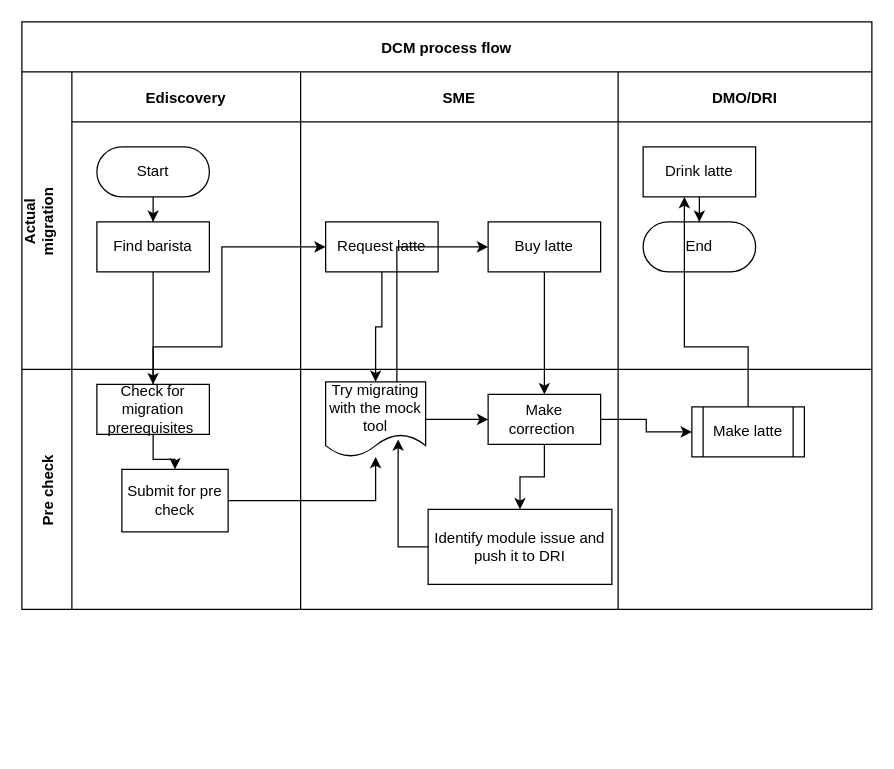
Before: DCM flow.drawio in vincha90/vincha90, a draw.io diagram. Source tidied: cells renumbered, new cells numbered last; positions are measured from the earlier drawing's top-left corner, leaving out a move shared by most shapes. Both pictures are drawn from the tidied source at 125%, with x=0, y=0 at pixel (21, 21).
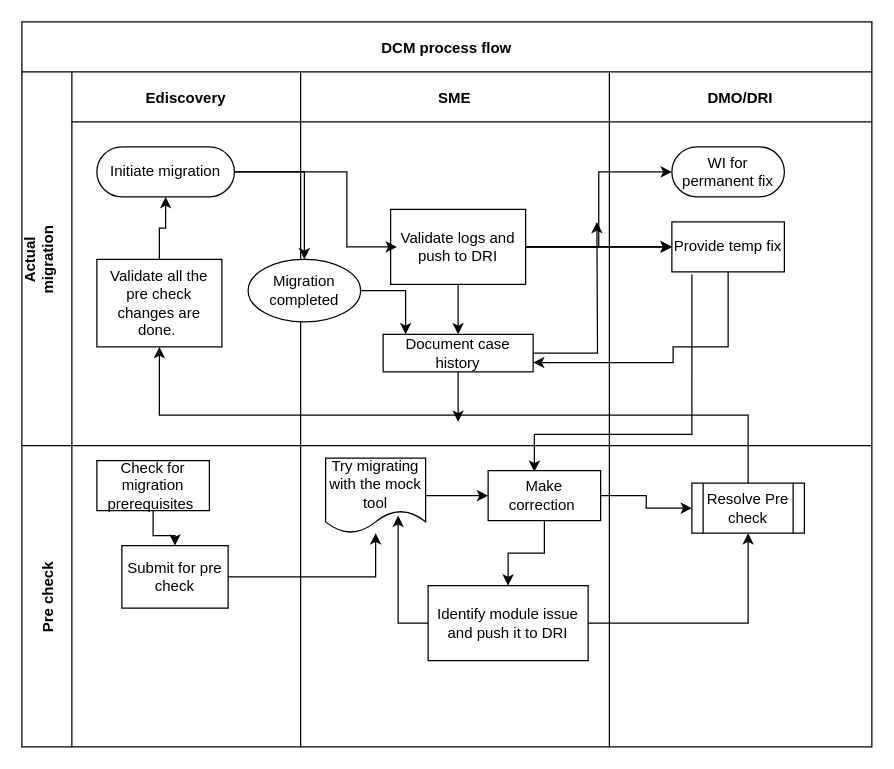
Above is the later version.

Unchanged cells that the change refers to:
```xml
<mxCell id="24" value="Check for migration prerequisites&amp;nbsp;" style="rounded=0;whiteSpace=wrap;html=1;" parent="22" vertex="1">
  <mxGeometry x="20" y="12" width="90" height="40" as="geometry" />
</mxCell>
<mxCell id="29" value="Make correction&amp;nbsp;" style="rounded=0;whiteSpace=wrap;html=1;" parent="26" vertex="1">
  <mxGeometry x="150" y="20" width="90" height="40" as="geometry" />
</mxCell>
<mxCell id="31" value="Try migrating with the mock tool" style="shape=document;whiteSpace=wrap;html=1;boundedLbl=1;" parent="26" vertex="1">
  <mxGeometry x="20" y="10" width="80" height="60" as="geometry" />
</mxCell>
```

Change to the diagram source:
```diff
@@
     <mxCell id="2" value="DCM process flow" style="shape=table;childLayout=tableLayout;startSize=40;fillColor=none;fontStyle=1;" parent="1" vertex="1">
-      <mxGeometry width="680" height="470" as="geometry" />
+      <mxGeometry width="680" height="580" as="geometry" />
     </mxCell>
-    <mxCell id="3" style="edgeStyle=orthogonalEdgeStyle;rounded=0;jettySize=auto;html=1;" parent="2" edge="1" source="8" target="24">
-      <mxGeometry relative="1" as="geometry" />
-    </mxCell>
     <mxCell id="4" value="Actual &#10;migration&#10;" style="shape=tableRow;horizontal=0;swimlaneHead=0;swimlaneBody=0;top=0;left=0;bottom=0;right=0;fillColor=none;startSize=40;fontStyle=1;" parent="2" vertex="1">
-      <mxGeometry y="40" width="680" height="238" as="geometry" />
+      <mxGeometry y="40" width="680" height="299" as="geometry" />
     </mxCell>
     <mxCell id="5" value="Ediscovery" style="swimlane;swimlaneHead=0;swimlaneBody=0;fillColor=none;startSize=40;fontStyle=1;" parent="4" vertex="1">
-      <mxGeometry x="40" width="183" height="238" as="geometry" />
+      <mxGeometry x="40" width="183" height="299" as="geometry" />
     </mxCell>
-    <mxCell id="6" style="edgeStyle=orthogonalEdgeStyle;rounded=0;jettySize=auto;html=1;" parent="5" edge="1" source="7" target="8">
-      <mxGeometry relative="1" as="geometry" />
-    </mxCell>
+    <mxCell id="37" style="edgeStyle=orthogonalEdgeStyle;rounded=0;jettySize=auto;html=1;" parent="5" edge="1" source="7" target="39">
+      <mxGeometry relative="1" as="geometry" />
+    </mxCell>
-    <mxCell id="7" value="Start" style="rounded=1;whiteSpace=wrap;html=1;arcSize=50;" parent="5" vertex="1">
-      <mxGeometry x="20" y="60" width="90" height="40" as="geometry" />
+    <mxCell id="7" value="Initiate migration" style="rounded=1;whiteSpace=wrap;html=1;arcSize=50;" parent="5" vertex="1">
+      <mxGeometry x="20" y="60" width="110" height="40" as="geometry" />
     </mxCell>
+    <mxCell id="38" style="edgeStyle=orthogonalEdgeStyle;rounded=0;jettySize=auto;html=1;entryX=0.5;entryY=1;entryDx=0;entryDy=0;" parent="5" edge="1" source="8" target="7">
+      <mxGeometry relative="1" as="geometry" />
+    </mxCell>
-    <mxCell id="8" value="Find barista" style="rounded=0;whiteSpace=wrap;html=1;" parent="5" vertex="1">
-      <mxGeometry x="20" y="120" width="90" height="40" as="geometry" />
+    <mxCell id="8" value="Validate all the pre check changes are done.&amp;nbsp;" style="rounded=0;whiteSpace=wrap;html=1;" parent="5" vertex="1">
+      <mxGeometry x="20" y="150" width="100" height="70" as="geometry" />
     </mxCell>
+    <mxCell id="39" value="Migration completed" style="ellipse;whiteSpace=wrap;html=1;rounded=1;arcSize=50;" parent="5" vertex="1">
+      <mxGeometry x="141" y="150" width="90" height="50" as="geometry" />
+    </mxCell>
     <mxCell id="9" value="SME" style="swimlane;swimlaneHead=0;swimlaneBody=0;fillColor=none;startSize=40;fontStyle=1;" parent="4" vertex="1">
-      <mxGeometry x="223" width="254" height="238" as="geometry" />
+      <mxGeometry x="223" width="247" height="299" as="geometry" />
     </mxCell>
+    <mxCell id="40" style="edgeStyle=orthogonalEdgeStyle;rounded=0;jettySize=auto;html=1;" parent="9" edge="1" source="10" target="43">
+      <mxGeometry relative="1" as="geometry" />
+    </mxCell>
-    <mxCell id="10" value="Request latte" style="rounded=0;whiteSpace=wrap;html=1;" parent="9" vertex="1">
-      <mxGeometry x="20" y="120" width="90" height="40" as="geometry" />
+    <mxCell id="10" value="Validate logs and push to DRI" style="rounded=0;whiteSpace=wrap;html=1;" parent="9" vertex="1">
+      <mxGeometry x="72" y="110" width="108" height="60" as="geometry" />
     </mxCell>
-    <mxCell id="11" value="Buy latte" style="rounded=0;whiteSpace=wrap;html=1;" parent="9" vertex="1">
-      <mxGeometry x="150" y="120" width="90" height="40" as="geometry" />
-    </mxCell>
+    <mxCell id="41" style="edgeStyle=orthogonalEdgeStyle;rounded=0;jettySize=auto;html=1;" parent="9" edge="1" source="43">
+      <mxGeometry relative="1" as="geometry">
+        <mxPoint x="237" y="120" as="targetPoint" />
+      </mxGeometry>
+    </mxCell>
+    <mxCell id="42" style="edgeStyle=orthogonalEdgeStyle;rounded=0;jettySize=auto;html=1;" parent="9" edge="1" source="43">
+      <mxGeometry relative="1" as="geometry">
+        <mxPoint x="126" y="280" as="targetPoint" />
+      </mxGeometry>
+    </mxCell>
+    <mxCell id="43" value="Document case history" style="whiteSpace=wrap;html=1;rounded=0;" parent="9" vertex="1">
+      <mxGeometry x="66" y="210" width="120" height="30" as="geometry" />
+    </mxCell>
     <mxCell id="12" value="DMO/DRI" style="swimlane;swimlaneHead=0;swimlaneBody=0;fillColor=none;startSize=40;fontStyle=1;" parent="4" vertex="1">
-      <mxGeometry x="477" width="203" height="238" as="geometry" />
+      <mxGeometry x="470" width="210" height="299" as="geometry" />
     </mxCell>
-    <mxCell id="13" style="edgeStyle=orthogonalEdgeStyle;rounded=0;jettySize=auto;html=1;" parent="12" edge="1" source="14" target="15">
-      <mxGeometry relative="1" as="geometry" />
-    </mxCell>
-    <mxCell id="14" value="Drink latte" style="rounded=0;whiteSpace=wrap;html=1;" parent="12" vertex="1">
-      <mxGeometry x="20" y="60" width="90" height="40" as="geometry" />
+    <mxCell id="14" value="Provide temp fix" style="rounded=0;whiteSpace=wrap;html=1;" parent="12" vertex="1">
+      <mxGeometry x="50" y="120" width="90" height="40" as="geometry" />
     </mxCell>
-    <mxCell id="15" value="End" style="rounded=1;whiteSpace=wrap;html=1;arcSize=50;" parent="12" vertex="1">
-      <mxGeometry x="20" y="120" width="90" height="40" as="geometry" />
+    <mxCell id="15" value="WI for permanent fix" style="rounded=1;whiteSpace=wrap;html=1;arcSize=50;" parent="12" vertex="1">
+      <mxGeometry x="50" y="60" width="90" height="40" as="geometry" />
     </mxCell>
-    <mxCell id="16" style="edgeStyle=orthogonalEdgeStyle;rounded=0;jettySize=auto;html=1;" parent="2" edge="1" source="24" target="10">
-      <mxGeometry relative="1" as="geometry">
-        <Array as="points">
-          <mxPoint x="160" y="260" />
-          <mxPoint x="160" y="180" />
-        </Array>
-      </mxGeometry>
-    </mxCell>
-    <mxCell id="17" style="edgeStyle=orthogonalEdgeStyle;rounded=0;jettySize=auto;html=1;" parent="2" edge="1" source="10" target="31">
-      <mxGeometry relative="1" as="geometry" />
-    </mxCell>
-    <mxCell id="18" style="edgeStyle=orthogonalEdgeStyle;rounded=0;jettySize=auto;html=1;" parent="2" edge="1" source="31" target="11">
-      <mxGeometry relative="1" as="geometry">
-        <Array as="points">
-          <mxPoint x="300" y="260" />
-          <mxPoint x="300" y="180" />
-        </Array>
-      </mxGeometry>
-    </mxCell>
-    <mxCell id="19" style="edgeStyle=orthogonalEdgeStyle;rounded=0;jettySize=auto;html=1;" parent="2" edge="1" source="11" target="29">
-      <mxGeometry relative="1" as="geometry" />
-    </mxCell>
-    <mxCell id="20" style="edgeStyle=orthogonalEdgeStyle;rounded=0;jettySize=auto;html=1;" parent="2" edge="1" source="32" target="14">
-      <mxGeometry relative="1" as="geometry">
-        <Array as="points">
-          <mxPoint x="530" y="260" />
-          <mxPoint x="530" y="120" />
-        </Array>
-      </mxGeometry>
-    </mxCell>
+    <mxCell id="44" style="edgeStyle=orthogonalEdgeStyle;rounded=0;jettySize=auto;html=1;" parent="4" edge="1" source="7">
+      <mxGeometry relative="1" as="geometry">
+        <mxPoint x="300" y="140" as="targetPoint" />
+        <Array as="points">
+          <mxPoint x="260" y="80" />
+          <mxPoint x="260" y="140" />
+        </Array>
+      </mxGeometry>
+    </mxCell>
+    <mxCell id="45" style="edgeStyle=orthogonalEdgeStyle;rounded=0;jettySize=auto;html=1;" parent="4" edge="1" source="10" target="14">
+      <mxGeometry relative="1" as="geometry" />
+    </mxCell>
+    <mxCell id="46" style="edgeStyle=orthogonalEdgeStyle;rounded=0;jettySize=auto;html=1;" parent="4" edge="1" source="10" target="14">
+      <mxGeometry relative="1" as="geometry" />
+    </mxCell>
+    <mxCell id="47" style="edgeStyle=orthogonalEdgeStyle;rounded=0;jettySize=auto;html=1;" parent="4" edge="1" source="10" target="14">
+      <mxGeometry relative="1" as="geometry" />
+    </mxCell>
+    <mxCell id="48" style="edgeStyle=orthogonalEdgeStyle;rounded=0;jettySize=auto;html=1;entryX=0;entryY=0.5;entryDx=0;entryDy=0;" parent="4" edge="1" source="10" target="15">
+      <mxGeometry relative="1" as="geometry" />
+    </mxCell>
+    <mxCell id="49" style="edgeStyle=orthogonalEdgeStyle;rounded=0;jettySize=auto;html=1;entryX=0.15;entryY=0;entryDx=0;entryDy=0;entryPerimeter=0;" parent="4" edge="1" source="39" target="43">
+      <mxGeometry relative="1" as="geometry" />
+    </mxCell>
+    <mxCell id="50" style="edgeStyle=orthogonalEdgeStyle;rounded=0;jettySize=auto;html=1;entryX=1;entryY=0.75;entryDx=0;entryDy=0;" parent="4" edge="1" source="14" target="43">
+      <mxGeometry relative="1" as="geometry">
+        <Array as="points">
+          <mxPoint x="565" y="220" />
+          <mxPoint x="521" y="220" />
+          <mxPoint x="521" y="233" />
+        </Array>
+      </mxGeometry>
+    </mxCell>
     <mxCell id="21" value="Pre check" style="shape=tableRow;horizontal=0;swimlaneHead=0;swimlaneBody=0;top=0;left=0;bottom=0;right=0;fillColor=none;startSize=40;fontStyle=1;" parent="2" vertex="1">
-      <mxGeometry y="278" width="680" height="192" as="geometry" />
+      <mxGeometry y="339" width="680" height="241" as="geometry" />
     </mxCell>
     <mxCell id="22" style="swimlane;swimlaneHead=0;swimlaneBody=0;fillColor=none;startSize=0;fontStyle=1;" parent="21" vertex="1">
-      <mxGeometry x="40" width="183" height="192" as="geometry" />
+      <mxGeometry x="40" width="183" height="241" as="geometry" />
     </mxCell>
@@
     <mxCell id="26" style="swimlane;swimlaneHead=0;swimlaneBody=0;fillColor=none;startSize=0;fontStyle=1;" parent="21" vertex="1">
-      <mxGeometry x="223" width="254" height="192" as="geometry" />
+      <mxGeometry x="223" width="247" height="241" as="geometry" />
     </mxCell>
@@
-    <mxCell id="32" value="Make latte" style="shape=process;whiteSpace=wrap;html=1;backgroundOutline=1;" parent="26" vertex="1">
+    <mxCell id="32" value="Resolve Pre check" style="shape=process;whiteSpace=wrap;html=1;backgroundOutline=1;" parent="26" vertex="1">
       <mxGeometry x="313" y="30" width="90" height="40" as="geometry" />
     </mxCell>
@@
+    <mxCell id="51" style="edgeStyle=orthogonalEdgeStyle;rounded=0;jettySize=auto;html=1;entryX=0.5;entryY=1;entryDx=0;entryDy=0;" parent="26" edge="1" source="34" target="32">
+      <mxGeometry relative="1" as="geometry" />
+    </mxCell>
     <mxCell id="34" value="Identify module issue and push it to DRI" style="whiteSpace=wrap;html=1;" parent="26" vertex="1">
-      <mxGeometry x="102" y="112" width="147" height="60" as="geometry" />
+      <mxGeometry x="102" y="112" width="128" height="60" as="geometry" />
     </mxCell>
     <mxCell id="35" style="swimlane;swimlaneHead=0;swimlaneBody=0;fillColor=none;startSize=0;fontStyle=1;" parent="21" vertex="1">
-      <mxGeometry x="477" width="203" height="192" as="geometry" />
+      <mxGeometry x="470" width="210" height="241" as="geometry" />
     </mxCell>
@@
+    <mxCell id="52" style="edgeStyle=orthogonalEdgeStyle;rounded=0;jettySize=auto;html=1;exitX=0.5;exitY=0;exitDx=0;exitDy=0;entryX=0.5;entryY=1;entryDx=0;entryDy=0;" parent="2" edge="1" source="32" target="8">
+      <mxGeometry relative="1" as="geometry" />
+    </mxCell>
+    <mxCell id="53" style="edgeStyle=orthogonalEdgeStyle;rounded=0;jettySize=auto;html=1;entryX=0.411;entryY=0.025;entryDx=0;entryDy=0;entryPerimeter=0;exitX=0.178;exitY=1.05;exitDx=0;exitDy=0;exitPerimeter=0;" parent="2" edge="1" source="14" target="29">
+      <mxGeometry relative="1" as="geometry">
+        <Array as="points">
+          <mxPoint x="536" y="330" />
+          <mxPoint x="410" y="330" />
+        </Array>
+      </mxGeometry>
+    </mxCell>
```
